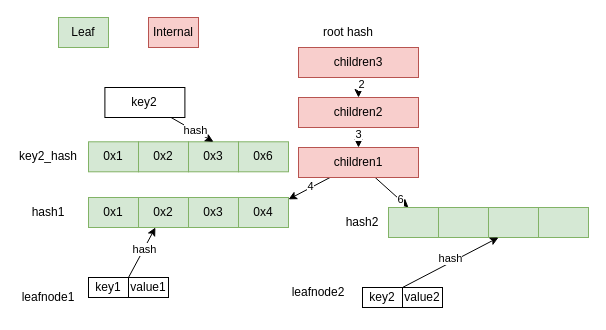
The draw.io diagram page "two_leaf_insert" (4 of 7) of static/smt.drawio in starcoinorg/starcoin-cookbook, before the edit. Source tidied: cells renumbered, new cells numbered last; positions are measured from the earlier drawing's top-left corner, leaving out a move shared by most shapes. Both pictures are drawn from the tidied source at 100%, with x=0, y=0 at pixel (18, 17).
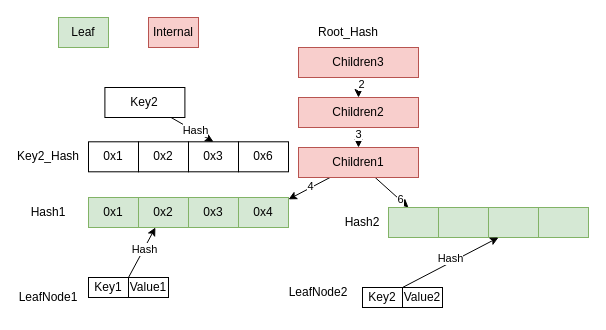
Above is the later version.

Unchanged cells that the change refers to:
```xml
<mxCell id="3" style="edgeStyle=none;rounded=0;jettySize=auto;html=1;exitX=0;exitY=0;exitDx=0;exitDy=0;" parent="1" edge="1" source="9" target="5">
  <mxGeometry relative="1" as="geometry" />
</mxCell>
<mxCell id="31" style="edgeStyle=none;rounded=0;jettySize=auto;html=1;entryX=0.5;entryY=0;entryDx=0;entryDy=0;" parent="1" edge="1" source="33" target="29">
  <mxGeometry relative="1" as="geometry" />
</mxCell>
<mxCell id="42" style="endArrow=classic;html=1;rounded=0;exitX=0;exitY=0;exitDx=0;exitDy=0;" parent="1" edge="1" source="13">
  <mxGeometry relative="1" as="geometry">
    <mxPoint x="480" y="220" as="targetPoint" />
  </mxGeometry>
</mxCell>
```

What changed in the source:
```diff
@@
-    <mxCell id="4" value="hash" style="edgeLabel;html=1;align=center;verticalAlign=middle;" parent="3" vertex="1">
+    <mxCell id="4" value="Hash" style="edgeLabel;html=1;align=center;verticalAlign=middle;" parent="3" vertex="1">
       <mxGeometry x="0.12" relative="1" as="geometry" />
     </mxCell>
@@
-    <mxCell id="8" value="key1" style="rounded=0;whiteSpace=wrap;html=1;" parent="1" vertex="1">
+    <mxCell id="8" value="Key1" style="rounded=0;whiteSpace=wrap;html=1;" parent="1" vertex="1">
       <mxGeometry x="70" y="260" width="40" height="20" as="geometry" />
     </mxCell>
-    <mxCell id="9" value="value1" style="rounded=0;whiteSpace=wrap;html=1;" parent="1" vertex="1">
+    <mxCell id="9" value="Value1" style="rounded=0;whiteSpace=wrap;html=1;" parent="1" vertex="1">
       <mxGeometry x="110" y="260" width="40" height="20" as="geometry" />
     </mxCell>
@@
-    <mxCell id="12" value="key2" style="rounded=0;whiteSpace=wrap;html=1;" parent="1" vertex="1">
+    <mxCell id="12" value="Key2" style="rounded=0;whiteSpace=wrap;html=1;" parent="1" vertex="1">
       <mxGeometry x="344" y="270" width="40" height="20" as="geometry" />
     </mxCell>
-    <mxCell id="13" value="value2" style="rounded=0;whiteSpace=wrap;html=1;" parent="1" vertex="1">
+    <mxCell id="13" value="Value2" style="rounded=0;whiteSpace=wrap;html=1;" parent="1" vertex="1">
       <mxGeometry x="384" y="270" width="40" height="20" as="geometry" />
     </mxCell>
@@
-    <mxCell id="18" value="children1" style="rounded=0;whiteSpace=wrap;html=1;fillColor=#f8cecc;strokeColor=#b85450;" parent="1" vertex="1">
+    <mxCell id="18" value="Children1" style="rounded=0;whiteSpace=wrap;html=1;fillColor=#f8cecc;strokeColor=#b85450;" parent="1" vertex="1">
       <mxGeometry x="280" y="130" width="120" height="30" as="geometry" />
     </mxCell>
@@
-    <mxCell id="21" value="children2" style="rounded=0;whiteSpace=wrap;html=1;fillColor=#f8cecc;strokeColor=#b85450;" parent="1" vertex="1">
+    <mxCell id="21" value="Children2" style="rounded=0;whiteSpace=wrap;html=1;fillColor=#f8cecc;strokeColor=#b85450;" parent="1" vertex="1">
       <mxGeometry x="280" y="80" width="120" height="30" as="geometry" />
     </mxCell>
@@
-    <mxCell id="24" value="children3" style="rounded=0;whiteSpace=wrap;html=1;fillColor=#f8cecc;strokeColor=#b85450;" parent="1" vertex="1">
+    <mxCell id="24" value="Children3" style="rounded=0;whiteSpace=wrap;html=1;fillColor=#f8cecc;strokeColor=#b85450;" parent="1" vertex="1">
       <mxGeometry x="280" y="30" width="120" height="30" as="geometry" />
     </mxCell>
-    <mxCell id="25" value="leafnode1" style="text;html=1;strokeColor=none;fillColor=none;align=center;verticalAlign=middle;whiteSpace=wrap;rounded=0;" parent="1" vertex="1">
+    <mxCell id="25" value="LeafNode1" style="text;html=1;strokeColor=none;fillColor=none;align=center;verticalAlign=middle;whiteSpace=wrap;rounded=0;" parent="1" vertex="1">
       <mxGeometry y="265" width="60" height="30" as="geometry" />
     </mxCell>
-    <mxCell id="26" value="leafnode2" style="text;html=1;strokeColor=none;fillColor=none;align=center;verticalAlign=middle;whiteSpace=wrap;rounded=0;" parent="1" vertex="1">
+    <mxCell id="26" value="LeafNode2" style="text;html=1;strokeColor=none;fillColor=none;align=center;verticalAlign=middle;whiteSpace=wrap;rounded=0;" parent="1" vertex="1">
       <mxGeometry x="270" y="260" width="60" height="30" as="geometry" />
     </mxCell>
-    <mxCell id="27" value="0x1" style="rounded=0;whiteSpace=wrap;html=1;fillColor=#d5e8d4;strokeColor=#82b366;" parent="1" vertex="1">
+    <mxCell id="27" value="0x1" style="rounded=0;whiteSpace=wrap;html=1;" parent="1" vertex="1">
       <mxGeometry x="70" y="124.3" width="50" height="30" as="geometry" />
     </mxCell>
-    <mxCell id="28" value="0x2" style="rounded=0;whiteSpace=wrap;html=1;fillColor=#d5e8d4;strokeColor=#82b366;" parent="1" vertex="1">
+    <mxCell id="28" value="0x2" style="rounded=0;whiteSpace=wrap;html=1;" parent="1" vertex="1">
       <mxGeometry x="120" y="124.3" width="50" height="30" as="geometry" />
     </mxCell>
-    <mxCell id="29" value="0x3" style="rounded=0;whiteSpace=wrap;html=1;fillColor=#d5e8d4;strokeColor=#82b366;" parent="1" vertex="1">
+    <mxCell id="29" value="0x3" style="rounded=0;whiteSpace=wrap;html=1;" parent="1" vertex="1">
       <mxGeometry x="170" y="124.3" width="50" height="30" as="geometry" />
     </mxCell>
-    <mxCell id="30" value="0x6" style="rounded=0;whiteSpace=wrap;html=1;fillColor=#d5e8d4;strokeColor=#82b366;" parent="1" vertex="1">
+    <mxCell id="30" value="0x6" style="rounded=0;whiteSpace=wrap;html=1;" parent="1" vertex="1">
       <mxGeometry x="220" y="124.3" width="50" height="30" as="geometry" />
     </mxCell>
@@
-    <mxCell id="32" value="hash" style="edgeLabel;html=1;align=center;verticalAlign=middle;" parent="31" vertex="1">
+    <mxCell id="32" value="Hash" style="edgeLabel;html=1;align=center;verticalAlign=middle;" parent="31" vertex="1">
       <mxGeometry x="0.1" y="1" relative="1" as="geometry" />
     </mxCell>
-    <mxCell id="33" value="key2" style="rounded=0;whiteSpace=wrap;html=1;" parent="1" vertex="1">
+    <mxCell id="33" value="Key2" style="rounded=0;whiteSpace=wrap;html=1;" parent="1" vertex="1">
       <mxGeometry x="86.4" y="70" width="80" height="30" as="geometry" />
     </mxCell>
-    <mxCell id="34" value="root hash" style="text;html=1;strokeColor=none;fillColor=none;align=center;verticalAlign=middle;whiteSpace=wrap;rounded=0;" parent="1" vertex="1">
+    <mxCell id="34" value="Root_Hash" style="text;html=1;strokeColor=none;fillColor=none;align=center;verticalAlign=middle;whiteSpace=wrap;rounded=0;" parent="1" vertex="1">
       <mxGeometry x="300" width="60" height="30" as="geometry" />
     </mxCell>
-    <mxCell id="35" value="hash1" style="text;html=1;strokeColor=none;fillColor=none;align=center;verticalAlign=middle;whiteSpace=wrap;rounded=0;" parent="1" vertex="1">
+    <mxCell id="35" value="Hash1" style="text;html=1;strokeColor=none;fillColor=none;align=center;verticalAlign=middle;whiteSpace=wrap;rounded=0;" parent="1" vertex="1">
       <mxGeometry y="180" width="60" height="30" as="geometry" />
     </mxCell>
-    <mxCell id="36" value="key2_hash" style="text;html=1;strokeColor=none;fillColor=none;align=center;verticalAlign=middle;whiteSpace=wrap;rounded=0;" parent="1" vertex="1">
+    <mxCell id="36" value="Key2_Hash" style="text;html=1;strokeColor=none;fillColor=none;align=center;verticalAlign=middle;whiteSpace=wrap;rounded=0;" parent="1" vertex="1">
       <mxGeometry y="124.3" width="60" height="30" as="geometry" />
     </mxCell>
@@
-    <mxCell id="41" value="hash2" style="text;html=1;strokeColor=none;fillColor=none;align=center;verticalAlign=middle;whiteSpace=wrap;rounded=0;" parent="1" vertex="1">
+    <mxCell id="41" value="Hash2" style="text;html=1;strokeColor=none;fillColor=none;align=center;verticalAlign=middle;whiteSpace=wrap;rounded=0;" parent="1" vertex="1">
       <mxGeometry x="313.5" y="190" width="60" height="30" as="geometry" />
     </mxCell>
@@
-    <mxCell id="43" value="hash" style="edgeLabel;html=1;align=center;verticalAlign=middle;" parent="42" vertex="1">
+    <mxCell id="43" value="Hash" style="edgeLabel;html=1;align=center;verticalAlign=middle;" parent="42" vertex="1">
       <mxGeometry x="0.04" y="4" relative="1" as="geometry" />
     </mxCell>
```
